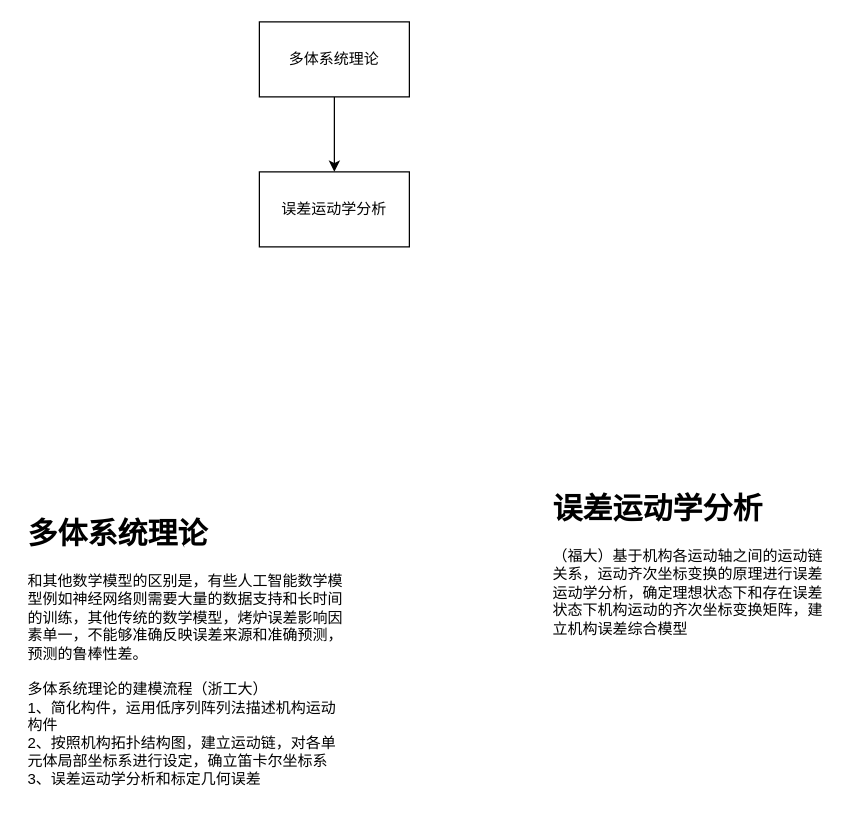
Above: 运动位置误差模型.drawio in wjaswdd/draw.io (draw.io), before the change. Source tidied: cells renumbered, new cells numbered last; positions are measured from the earlier drawing's top-left corner, leaving out a move shared by most shapes. Both pictures are drawn from the tidied source at 125%, with x=0, y=0 at pixel (21, 21).
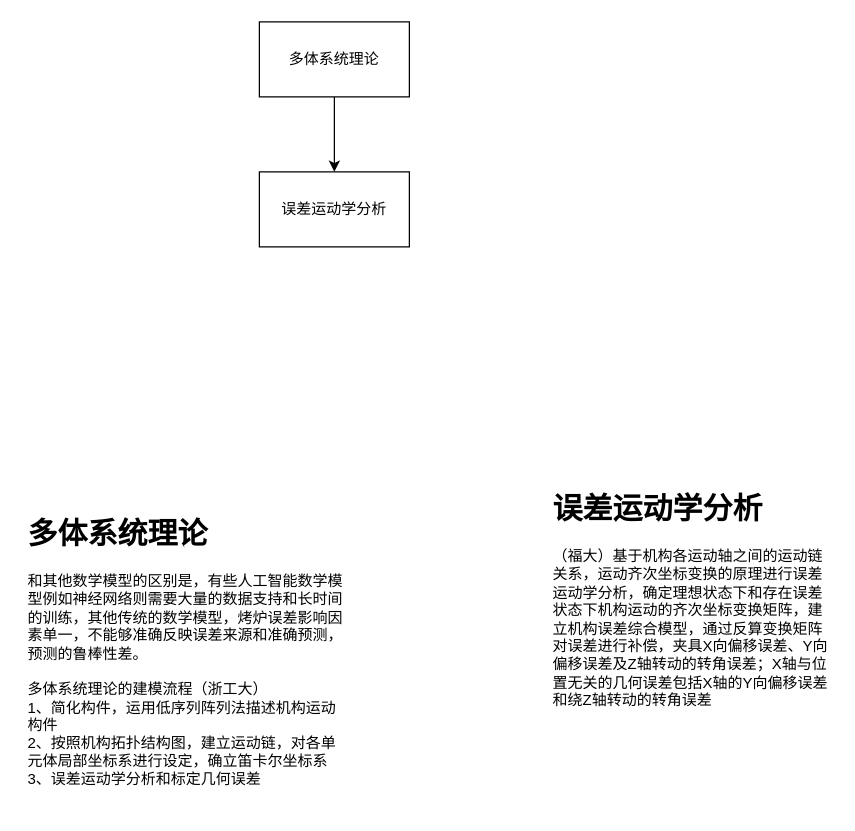
Above is the later version.

Commit message:
更新运动位置误差模型.drawio

What changed in the source:
```diff
@@
 <mxGraphModel>
   <root>
     <mxCell id="0" />
     <mxCell id="1" parent="0" />
     <mxCell id="2" style="edgeStyle=orthogonalEdgeStyle;rounded=0;jettySize=auto;html=1;" parent="1" edge="1" source="3" target="4">
       <mxGeometry relative="1" as="geometry" />
     </mxCell>
     <mxCell id="3" value="多体系统理论" style="rounded=0;whiteSpace=wrap;html=1;" parent="1" vertex="1">
       <mxGeometry x="190" width="120" height="60" as="geometry" />
     </mxCell>
     <mxCell id="4" value="误差运动学分析" style="rounded=0;whiteSpace=wrap;html=1;" parent="1" vertex="1">
       <mxGeometry x="190" y="120" width="120" height="60" as="geometry" />
     </mxCell>
-    <mxCell id="5" value="&lt;h1&gt;误差运动学分析&lt;/h1&gt;&lt;div&gt;（福大）基于机构各运动轴之间的运动链&lt;/div&gt;&lt;div&gt;关系，运动齐次坐标变换的原理进行误差运动学分析，确定理想状态下和存在误差状态下机构运动的齐次坐标变换矩阵，建立机构误差综合模型&lt;/div&gt;" style="text;html=1;strokeColor=none;fillColor=none;spacing=5;spacingTop=-20;whiteSpace=wrap;overflow=hidden;rounded=0;" parent="1" vertex="1">
+    <mxCell id="5" value="&lt;h1&gt;误差运动学分析&lt;/h1&gt;&lt;div&gt;（福大）基于机构各运动轴之间的运动链&lt;/div&gt;&lt;div&gt;关系，运动齐次坐标变换的原理进行误差运动学分析，确定理想状态下和存在误差状态下机构运动的齐次坐标变换矩阵，建立机构误差综合模型，通过反算变换矩阵对误差进行补偿，夹具X向偏移误差、Y向偏移误差及Z轴转动的转角误差；X轴与位置无关的几何误差包括X轴的Y向偏移误差和绕Z轴转动的转角误差&lt;/div&gt;" style="text;html=1;strokeColor=none;fillColor=none;spacing=5;spacingTop=-20;whiteSpace=wrap;overflow=hidden;rounded=0;" parent="1" vertex="1">
       <mxGeometry x="420" y="370" width="230" height="240" as="geometry" />
     </mxCell>
     <mxCell id="6" value="&lt;h1&gt;多体系统理论&lt;/h1&gt;&lt;div&gt;和其他数学模型的区别是，有些人工智能数学模型例如神经网络则需要大量的数据支持和长时间的训练，其他传统的数学模型，烤炉误差影响因素单一，不能够准确反映误差来源和准确预测，预测的鲁棒性差。&lt;/div&gt;&lt;div&gt;&lt;br&gt;&lt;/div&gt;&lt;div&gt;多体系统理论的建模流程（浙工大）&lt;/div&gt;&lt;div&gt;1、简化构件，运用低序列阵列法描述机构运动构件&lt;/div&gt;&lt;div&gt;2、按照机构拓扑结构图，建立运动链，对各单元体局部坐标系进行设定，确立笛卡尔坐标系&lt;/div&gt;&lt;div&gt;3、误差运动学分析和标定几何误差&lt;/div&gt;" style="text;html=1;strokeColor=none;fillColor=none;spacing=5;spacingTop=-20;whiteSpace=wrap;overflow=hidden;rounded=0;" parent="1" vertex="1">
       <mxGeometry y="390" width="260" height="240" as="geometry" />
     </mxCell>
   </root>
 </mxGraphModel>
```
